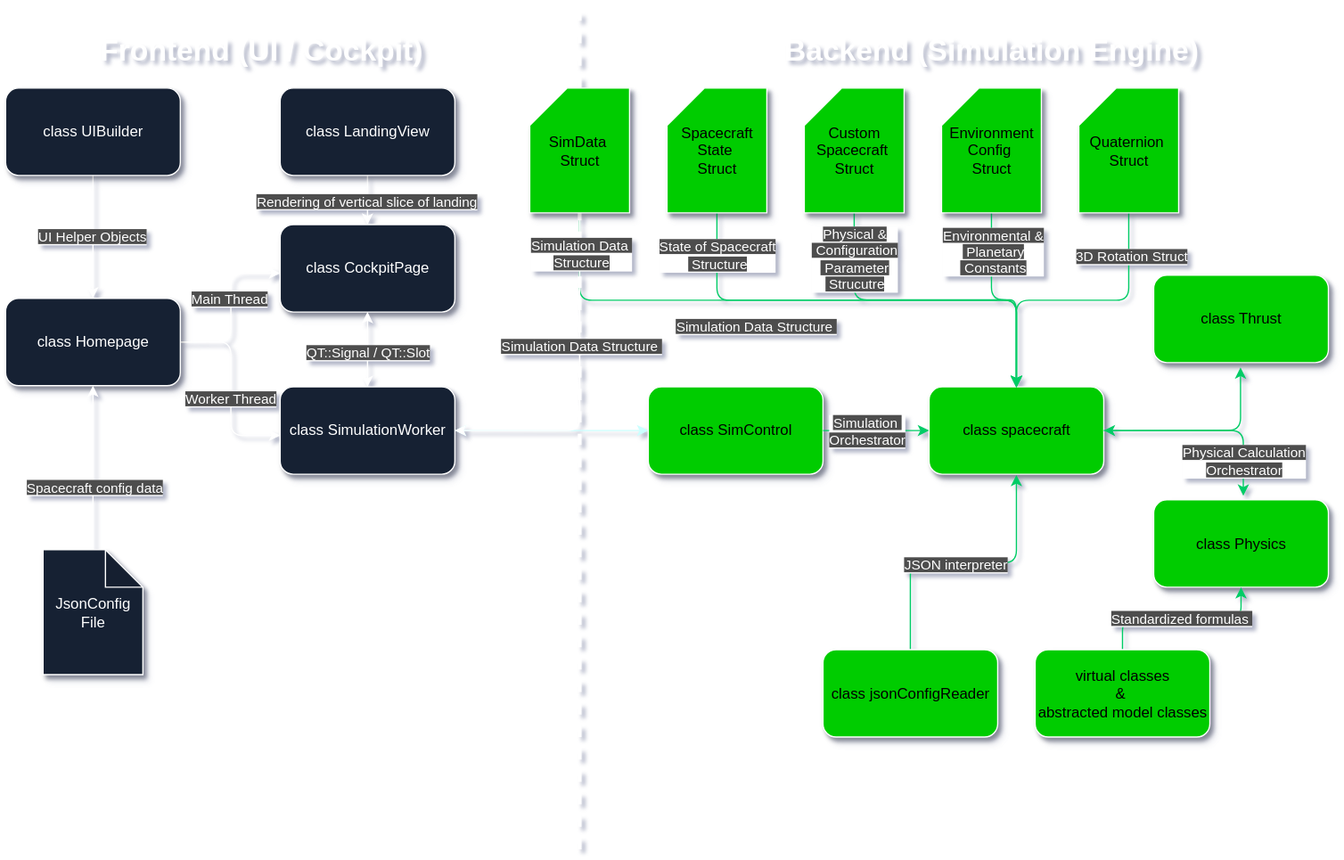
Before: img/architecture/architecture.drawio.svg, a diagram exported from draw.io (gerd-lrt-dev/aerospace-simulation). Source tidied: cells renumbered, new cells last; positions are measured from the earlier drawing's top-left corner, leaving out a move shared by most shapes.
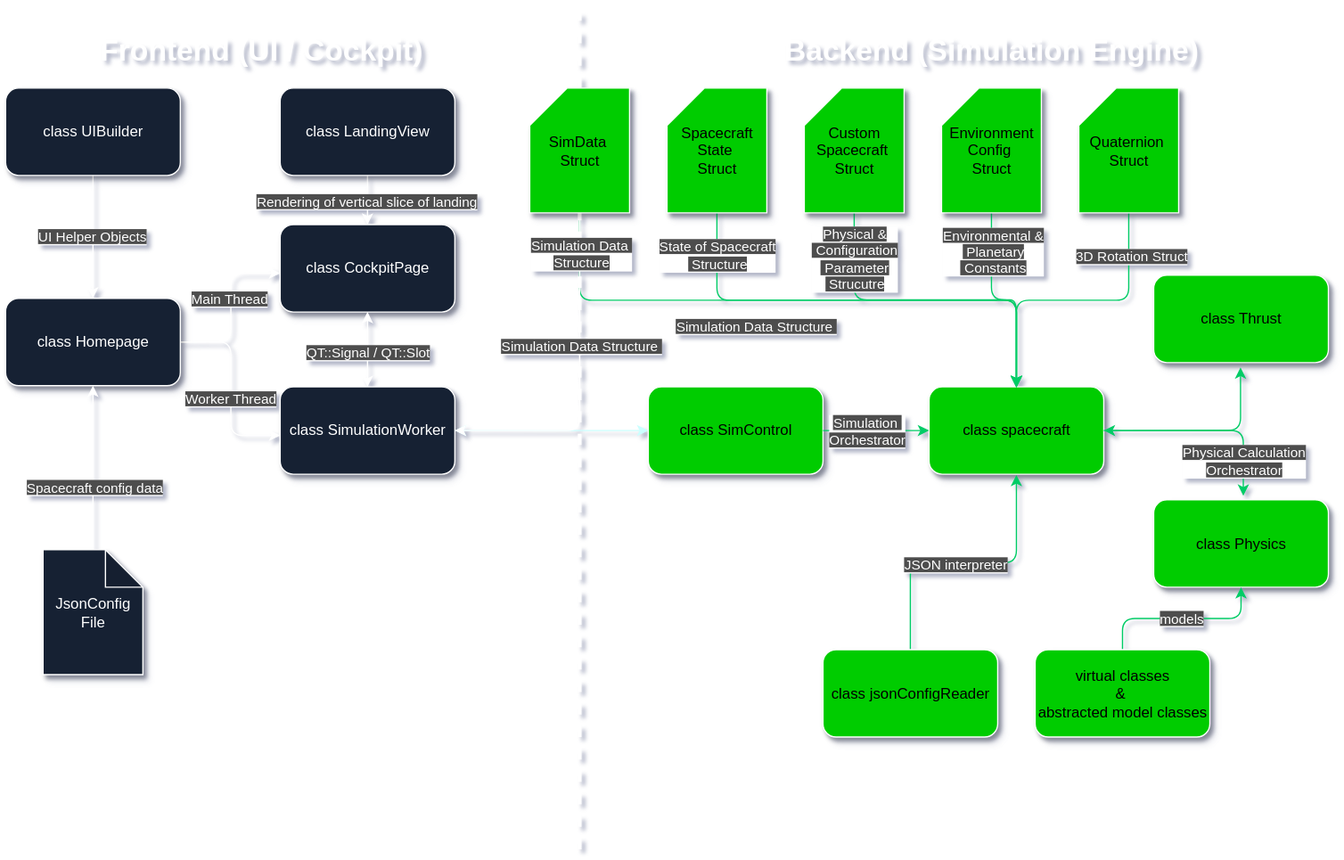
The same file after the commit.

What changed in the source:
```diff
@@ -171,7 +171,7 @@
     <mxCell id="52" style="edgeStyle=orthogonalEdgeStyle;jettySize=auto;html=1;exitX=0.5;exitY=0;exitDx=0;exitDy=0;entryX=0.5;entryY=1;entryDx=0;entryDy=0;strokeColor=#00CC66;" parent="1" edge="1" source="54" target="20">
       <mxGeometry relative="1" as="geometry" />
     </mxCell>
-    <mxCell id="53" value="&lt;font style=&quot;color: rgb(255, 255, 255); background-color: rgb(77, 77, 77);&quot;&gt;Standardized formulas&amp;nbsp;&lt;/font&gt;" style="edgeLabel;html=1;align=center;verticalAlign=middle;strokeColor=#FFFFFF;fontColor=#FFFFFF;fillColor=#182E3E;" parent="52" vertex="1">
+    <mxCell id="53" value="&lt;font style=&quot;color: rgb(255, 255, 255); background-color: rgb(77, 77, 77);&quot;&gt;models&lt;/font&gt;" style="edgeLabel;html=1;align=center;verticalAlign=middle;strokeColor=#FFFFFF;fontColor=#FFFFFF;fillColor=#182E3E;" parent="52" vertex="1">
       <mxGeometry x="-0.02" y="1" relative="1" as="geometry" />
     </mxCell>
     <mxCell id="54" value="virtual classes&lt;div&gt;&amp;amp;&amp;nbsp;&lt;/div&gt;&lt;div&gt;abstracted model classes&lt;/div&gt;" style="rounded=1;whiteSpace=wrap;html=1;strokeColor=#FFFFFF;fillColor=#00CC00;shadow=1;" parent="1" vertex="1">
```
